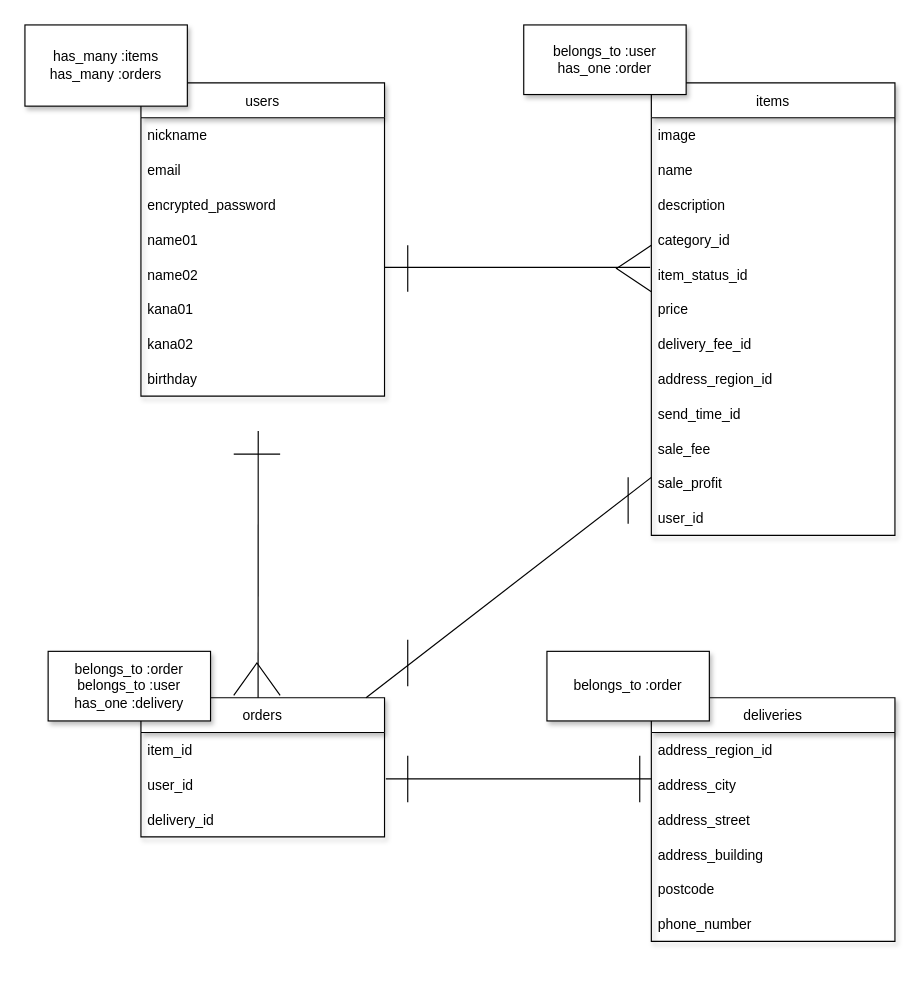
Before: furima.dio in dongwoo1122/furima-38094, a draw.io diagram. Source tidied: cells renumbered, new cells numbered last; positions are measured from the earlier drawing's top-left corner, leaving out a move shared by most shapes. Both pictures are drawn from the tidied source at 116%, with x=0, y=0 at pixel (24, 24).
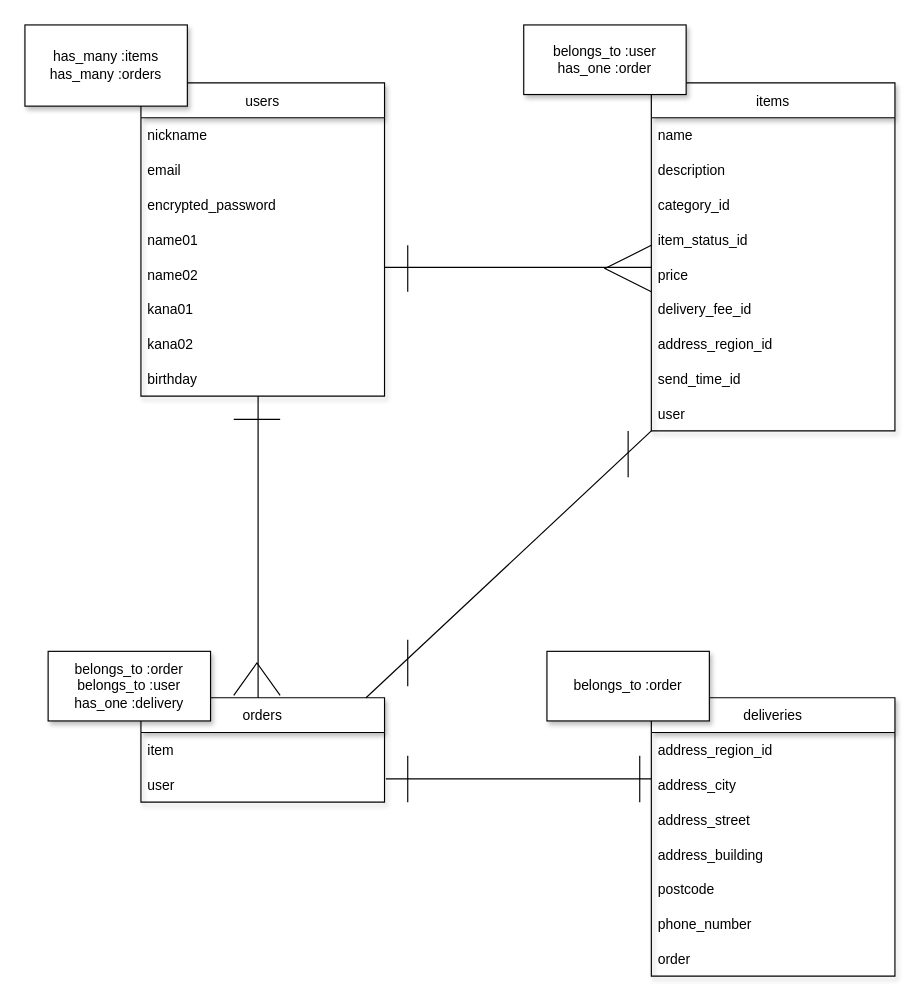
The same diagram, later.

The change refers to these unchanged cells:
```xml
<mxCell id="10" value="birthday" style="text;strokeColor=none;fillColor=none;align=left;verticalAlign=middle;spacingLeft=4;spacingRight=4;overflow=hidden;points=[[0,0.5],[1,0.5]];portConstraint=eastwest;" parent="2" vertex="1">
  <mxGeometry y="240" width="210" height="30" as="geometry" />
</mxCell>
```

The edit, as a diff of the source:
```diff
@@
     <mxCell id="11" value="items" style="swimlane;fontStyle=0;horizontal=1;startSize=30;shadow=1;" parent="1" vertex="1">
-      <mxGeometry x="540" y="50" width="210" height="390" as="geometry" />
+      <mxGeometry x="540" y="50" width="210" height="300" as="geometry" />
     </mxCell>
-    <mxCell id="12" value="image                                    " style="text;strokeColor=none;fillColor=none;align=left;verticalAlign=middle;spacingLeft=4;spacingRight=4;overflow=hidden;" parent="11" vertex="1">
-      <mxGeometry y="30" width="210" height="30" as="geometry" />
-    </mxCell>
     <mxCell id="13" value="name    " style="text;strokeColor=none;fillColor=none;align=left;verticalAlign=middle;spacingLeft=4;spacingRight=4;overflow=hidden;" parent="11" vertex="1">
-      <mxGeometry y="60" width="210" height="30" as="geometry" />
+      <mxGeometry y="30" width="210" height="30" as="geometry" />
     </mxCell>
     <mxCell id="14" value="description" style="text;strokeColor=none;fillColor=none;align=left;verticalAlign=middle;spacingLeft=4;spacingRight=4;overflow=hidden;" parent="11" vertex="1">
-      <mxGeometry y="90" width="210" height="30" as="geometry" />
+      <mxGeometry y="60" width="210" height="30" as="geometry" />
     </mxCell>
     <mxCell id="15" value="category_id" style="text;strokeColor=none;fillColor=none;align=left;verticalAlign=middle;spacingLeft=4;spacingRight=4;overflow=hidden;" parent="11" vertex="1">
-      <mxGeometry y="120" width="210" height="30" as="geometry" />
+      <mxGeometry y="90" width="210" height="30" as="geometry" />
     </mxCell>
     <mxCell id="16" value="item_status_id" style="text;strokeColor=none;fillColor=none;align=left;verticalAlign=middle;spacingLeft=4;spacingRight=4;overflow=hidden;points=[[0,0.5],[1,0.5]];portConstraint=eastwest;" parent="11" vertex="1">
-      <mxGeometry y="150" width="210" height="30" as="geometry" />
+      <mxGeometry y="120" width="210" height="30" as="geometry" />
     </mxCell>
     <mxCell id="17" value="price   " style="text;strokeColor=none;fillColor=none;align=left;verticalAlign=middle;spacingLeft=4;spacingRight=4;overflow=hidden;" parent="11" vertex="1">
-      <mxGeometry y="180" width="210" height="30" as="geometry" />
+      <mxGeometry y="150" width="210" height="30" as="geometry" />
     </mxCell>
     <mxCell id="18" value="delivery_fee_id" style="text;strokeColor=none;fillColor=none;align=left;verticalAlign=middle;spacingLeft=4;spacingRight=4;overflow=hidden;" parent="11" vertex="1">
-      <mxGeometry y="210" width="210" height="30" as="geometry" />
+      <mxGeometry y="180" width="210" height="30" as="geometry" />
     </mxCell>
     <mxCell id="19" value="address_region_id" style="text;strokeColor=none;fillColor=none;align=left;verticalAlign=middle;spacingLeft=4;spacingRight=4;overflow=hidden;" parent="11" vertex="1">
-      <mxGeometry y="240" width="210" height="30" as="geometry" />
+      <mxGeometry y="210" width="210" height="30" as="geometry" />
     </mxCell>
     <mxCell id="20" value="send_time_id" style="text;strokeColor=none;fillColor=none;align=left;verticalAlign=middle;spacingLeft=4;spacingRight=4;overflow=hidden;" parent="11" vertex="1">
-      <mxGeometry y="270" width="210" height="30" as="geometry" />
+      <mxGeometry y="240" width="210" height="30" as="geometry" />
     </mxCell>
-    <mxCell id="21" value="sale_fee" style="text;strokeColor=none;fillColor=none;align=left;verticalAlign=middle;spacingLeft=4;spacingRight=4;overflow=hidden;" parent="11" vertex="1">
-      <mxGeometry y="300" width="210" height="30" as="geometry" />
-    </mxCell>
-    <mxCell id="22" value="sale_profit" style="text;strokeColor=none;fillColor=none;align=left;verticalAlign=middle;spacingLeft=4;spacingRight=4;overflow=hidden;" parent="11" vertex="1">
-      <mxGeometry y="330" width="210" height="30" as="geometry" />
-    </mxCell>
-    <mxCell id="23" value="user_id" style="text;strokeColor=none;fillColor=none;align=left;verticalAlign=middle;spacingLeft=4;spacingRight=4;overflow=hidden;" parent="11" vertex="1">
-      <mxGeometry y="360" width="210" height="30" as="geometry" />
+    <mxCell id="23" value="user" style="text;strokeColor=none;fillColor=none;align=left;verticalAlign=middle;spacingLeft=4;spacingRight=4;overflow=hidden;" parent="11" vertex="1">
+      <mxGeometry y="270" width="210" height="30" as="geometry" />
     </mxCell>
     <mxCell id="24" value="orders" style="swimlane;fontStyle=0;horizontal=1;startSize=30;shadow=1;" parent="1" vertex="1">
-      <mxGeometry x="100" y="580" width="210" height="120" as="geometry" />
+      <mxGeometry x="100" y="580" width="210" height="90" as="geometry" />
     </mxCell>
-    <mxCell id="25" value="item_id" style="text;strokeColor=none;fillColor=none;align=left;verticalAlign=middle;spacingLeft=4;spacingRight=4;overflow=hidden;" parent="24" vertex="1">
+    <mxCell id="25" value="item" style="text;strokeColor=none;fillColor=none;align=left;verticalAlign=middle;spacingLeft=4;spacingRight=4;overflow=hidden;" parent="24" vertex="1">
       <mxGeometry y="30" width="210" height="30" as="geometry" />
     </mxCell>
-    <mxCell id="26" value="user_id" style="text;strokeColor=none;fillColor=none;align=left;verticalAlign=middle;spacingLeft=4;spacingRight=4;overflow=hidden;" parent="24" vertex="1">
+    <mxCell id="26" value="user" style="text;strokeColor=none;fillColor=none;align=left;verticalAlign=middle;spacingLeft=4;spacingRight=4;overflow=hidden;" parent="24" vertex="1">
       <mxGeometry y="60" width="210" height="30" as="geometry" />
     </mxCell>
-    <mxCell id="27" value="delivery_id" style="text;strokeColor=none;fillColor=none;align=left;verticalAlign=middle;spacingLeft=4;spacingRight=4;overflow=hidden;" parent="24" vertex="1">
-      <mxGeometry y="90" width="210" height="30" as="geometry" />
-    </mxCell>
     <mxCell id="28" value="deliveries" style="swimlane;fontStyle=0;horizontal=1;startSize=30;shadow=1;" parent="1" vertex="1">
-      <mxGeometry x="540" y="580" width="210" height="210" as="geometry" />
+      <mxGeometry x="540" y="580" width="210" height="240" as="geometry" />
     </mxCell>
@@
+    <mxCell id="51" value="order" style="text;strokeColor=none;fillColor=none;align=left;verticalAlign=middle;spacingLeft=4;spacingRight=4;overflow=hidden;" parent="28" vertex="1">
+      <mxGeometry y="210" width="210" height="30" as="geometry" />
+    </mxCell>
-    <mxCell id="35" style="endArrow=none;html=1;rounded=0;entryX=-0.005;entryY=0.3;entryDx=0;entryDy=0;entryPerimeter=0;" parent="1" edge="1" target="16">
+    <mxCell id="35" style="endArrow=none;html=1;rounded=0;" parent="1" edge="1">
       <mxGeometry relative="1" as="geometry">
         <mxPoint x="310" y="209" as="sourcePoint" />
+        <mxPoint x="540" y="209" as="targetPoint" />
       </mxGeometry>
     </mxCell>
@@
     <mxCell id="39" style="endArrow=none;html=1;rounded=0;" parent="1" edge="1">
       <mxGeometry relative="1" as="geometry">
         <mxPoint x="540" y="190" as="sourcePoint" />
         <mxPoint x="540" y="230" as="targetPoint" />
         <Array as="points">
-          <mxPoint x="510" y="210" />
+          <mxPoint x="500" y="210" />
         </Array>
       </mxGeometry>
     </mxCell>
-    <mxCell id="40" style="endArrow=none;html=1;rounded=0;" parent="1" edge="1">
+    <mxCell id="40" style="endArrow=none;html=1;rounded=0;exitX=0.481;exitY=1;exitDx=0;exitDy=0;exitPerimeter=0;" parent="1" edge="1" source="10">
       <mxGeometry relative="1" as="geometry">
-        <mxPoint x="201.1" y="350" as="sourcePoint" />
         <mxPoint x="201" y="580" as="targetPoint" />
       </mxGeometry>
     </mxCell>
     <mxCell id="41" style="endArrow=none;html=1;rounded=0;" parent="1" edge="1">
       <mxGeometry relative="1" as="geometry">
-        <mxPoint x="220" y="370" as="sourcePoint" />
-        <mxPoint x="180" y="370" as="targetPoint" />
+        <mxPoint x="220" y="340" as="sourcePoint" />
+        <mxPoint x="180" y="340" as="targetPoint" />
+        <Array as="points">
+          <mxPoint x="200" y="340" />
+        </Array>
       </mxGeometry>
     </mxCell>
@@
-    <mxCell id="45" style="endArrow=none;html=1;rounded=0;entryX=-0.005;entryY=0.3;entryDx=0;entryDy=0;entryPerimeter=0;exitX=0.924;exitY=0;exitDx=0;exitDy=0;exitPerimeter=0;" parent="1" edge="1" source="24">
+    <mxCell id="45" style="endArrow=none;html=1;rounded=0;exitX=0.924;exitY=0;exitDx=0;exitDy=0;exitPerimeter=0;" parent="1" edge="1" source="24">
       <mxGeometry relative="1" as="geometry">
-        <mxPoint x="540" y="390" as="targetPoint" />
+        <mxPoint x="540" y="350" as="targetPoint" />
       </mxGeometry>
     </mxCell>
     <mxCell id="46" style="endArrow=none;html=1;rounded=0;" parent="1" edge="1">
       <mxGeometry relative="1" as="geometry">
-        <mxPoint x="520" y="390" as="sourcePoint" />
-        <mxPoint x="520" y="430" as="targetPoint" />
+        <mxPoint x="520" y="350" as="sourcePoint" />
+        <mxPoint x="520" y="390" as="targetPoint" />
       </mxGeometry>
     </mxCell>
```
